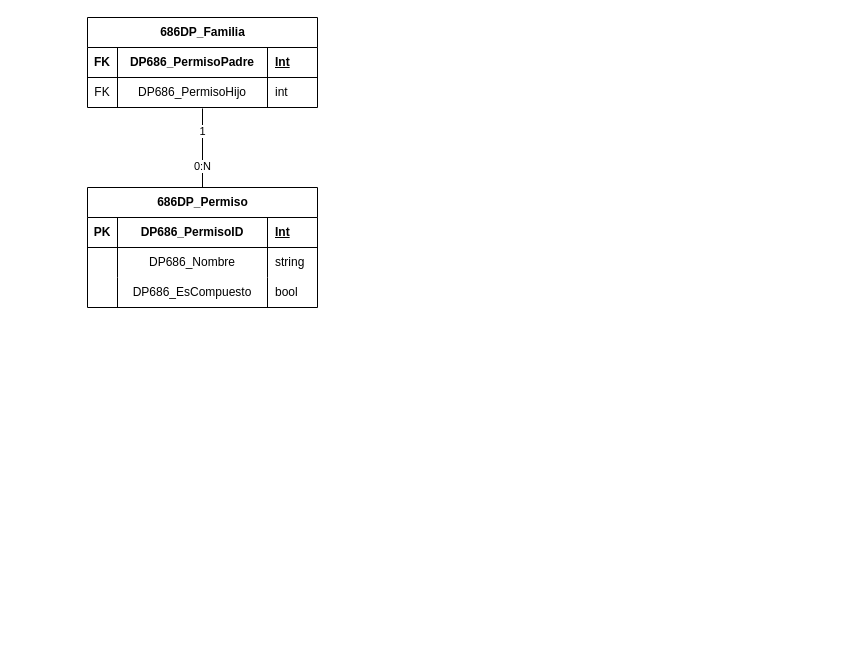
Danunu04/Proyects keeps this draw.io diagram as page "Gestionar Perfiles" (5 of 11) of Asegura YA/Ing. SW/Ing. SW/DER/DER.drawio. Above is the earlier version. Source tidied: cells renumbered, new cells numbered last; positions are measured from the earlier drawing's top-left corner, leaving out a move shared by most shapes. Both pictures are drawn from the tidied source at 100%, with x=0, y=0 at pixel (87, 17).
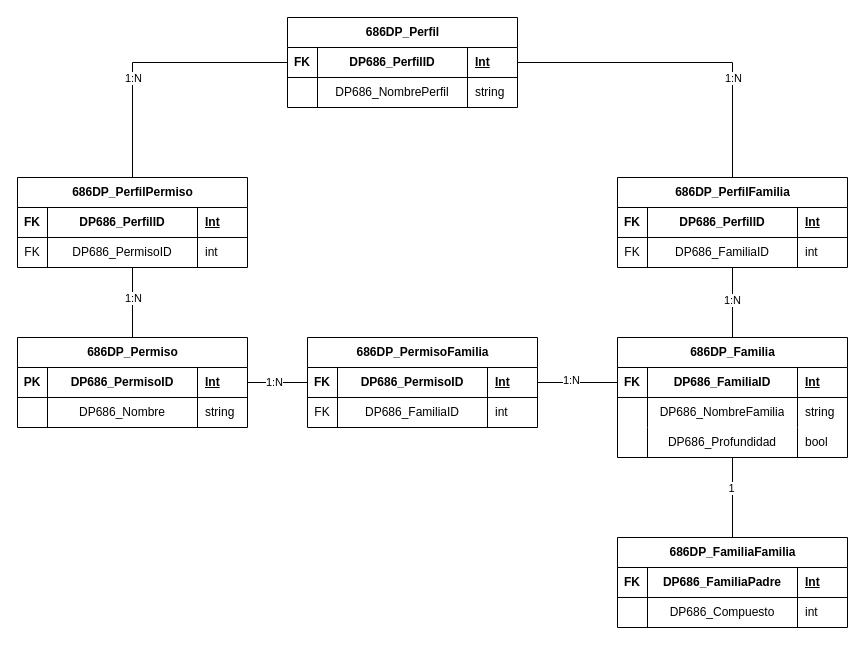
The same page after the edit.

Unchanged cells that the change refers to:
```xml
<mxCell id="3" style="shape=tableRow;horizontal=0;startSize=0;swimlaneHead=0;swimlaneBody=0;fillColor=none;points=[[0,0.5],[1,0.5]];portConstraint=eastwest;top=0;left=0;right=0;bottom=1;" parent="2" vertex="1">
  <mxGeometry y="30" width="230" height="30" as="geometry" />
</mxCell>
<mxCell id="7" style="shape=tableRow;horizontal=0;startSize=0;swimlaneHead=0;swimlaneBody=0;fillColor=none;points=[[0,0.5],[1,0.5]];portConstraint=eastwest;top=0;left=0;right=0;bottom=0;" parent="2" vertex="1">
  <mxGeometry y="60" width="230" height="30" as="geometry" />
</mxCell>
```

The edit, as a diff of the source:
```diff
@@
+    <mxCell id="27" style="edgeStyle=orthogonalEdgeStyle;rounded=0;jettySize=auto;html=1;entryX=0.5;entryY=0;entryDx=0;entryDy=0;endArrow=none;startFill=0;" parent="1" edge="1" source="2" target="65">
+      <mxGeometry relative="1" as="geometry" />
+    </mxCell>
+    <mxCell id="26" value="1" style="edgeLabel;html=1;align=center;verticalAlign=middle;" parent="27" vertex="1">
+      <mxGeometry x="-0.25" y="-2" relative="1" as="geometry" />
+    </mxCell>
     <mxCell id="2" value="686DP_Familia" style="shape=table;startSize=30;childLayout=tableLayout;rowLines=0;fontStyle=1;align=center;html=1;" parent="1" vertex="1">
-      <mxGeometry width="230" height="90" as="geometry" />
+      <mxGeometry x="530" y="320" width="230" height="120" as="geometry" />
     </mxCell>
@@
-    <mxCell id="5" value="DP686_PermisoPadre" style="shape=partialRectangle;fillColor=none;top=0;left=0;bottom=0;right=0;fontStyle=1;overflow=hidden;whiteSpace=wrap;html=1;" parent="3" vertex="1">
+    <mxCell id="5" value="DP686_FamiliaID" style="shape=partialRectangle;fillColor=none;top=0;left=0;bottom=0;right=0;fontStyle=1;overflow=hidden;whiteSpace=wrap;html=1;" parent="3" vertex="1">
       <mxGeometry x="30" width="150" height="30" as="geometry" />
     </mxCell>
@@
-    <mxCell id="8" value="FK" style="shape=partialRectangle;fillColor=none;top=0;left=0;bottom=0;right=0;overflow=hidden;whiteSpace=wrap;html=1;" parent="7" vertex="1">
+    <mxCell id="8" style="shape=partialRectangle;fillColor=none;top=0;left=0;bottom=0;right=0;overflow=hidden;whiteSpace=wrap;html=1;" parent="7" vertex="1">
       <mxGeometry width="30" height="30" as="geometry" />
     </mxCell>
-    <mxCell id="9" value="DP686_PermisoHijo" style="shape=partialRectangle;fillColor=none;top=0;left=0;bottom=0;right=0;overflow=hidden;whiteSpace=wrap;html=1;" parent="7" vertex="1">
+    <mxCell id="9" value="DP686_NombreFamilia" style="shape=partialRectangle;fillColor=none;top=0;left=0;bottom=0;right=0;overflow=hidden;whiteSpace=wrap;html=1;" parent="7" vertex="1">
       <mxGeometry x="30" width="150" height="30" as="geometry" />
     </mxCell>
-    <mxCell id="10" value="int" style="shape=partialRectangle;fillColor=none;top=0;left=0;bottom=0;right=0;align=left;spacingLeft=6;overflow=hidden;whiteSpace=wrap;html=1;" parent="7" vertex="1">
+    <mxCell id="10" value="string" style="shape=partialRectangle;fillColor=none;top=0;left=0;bottom=0;right=0;align=left;spacingLeft=6;overflow=hidden;whiteSpace=wrap;html=1;" parent="7" vertex="1">
       <mxGeometry x="180" width="50" height="30" as="geometry" />
     </mxCell>
+    <mxCell id="20" style="shape=tableRow;horizontal=0;startSize=0;swimlaneHead=0;swimlaneBody=0;fillColor=none;top=0;left=0;right=0;bottom=0;" parent="2" vertex="1">
+      <mxGeometry y="90" width="230" height="30" as="geometry" />
+    </mxCell>
+    <mxCell id="28" style="shape=partialRectangle;fillColor=none;top=0;left=0;bottom=0;right=0;overflow=hidden;whiteSpace=wrap;html=1;" parent="20" vertex="1">
+      <mxGeometry width="30" height="30" as="geometry" />
+    </mxCell>
+    <mxCell id="29" value="DP686_Profundidad" style="shape=partialRectangle;fillColor=none;top=0;left=0;bottom=0;right=0;overflow=hidden;whiteSpace=wrap;html=1;" parent="20" vertex="1">
+      <mxGeometry x="30" width="150" height="30" as="geometry" />
+    </mxCell>
+    <mxCell id="23" value="bool" style="shape=partialRectangle;fillColor=none;top=0;left=0;bottom=0;right=0;align=left;spacingLeft=6;overflow=hidden;whiteSpace=wrap;html=1;" parent="20" vertex="1">
+      <mxGeometry x="180" width="50" height="30" as="geometry" />
+    </mxCell>
+    <mxCell id="30" style="edgeStyle=orthogonalEdgeStyle;rounded=0;jettySize=auto;html=1;entryX=0;entryY=0.5;entryDx=0;entryDy=0;endArrow=none;startFill=0;" parent="1" edge="1" source="11" target="79">
+      <mxGeometry relative="1" as="geometry" />
+    </mxCell>
+    <mxCell id="31" value="1:N" style="edgeLabel;html=1;align=center;verticalAlign=middle;" parent="30" vertex="1">
+      <mxGeometry x="-0.13" y="1" relative="1" as="geometry" />
+    </mxCell>
     <mxCell id="11" value="686DP_Permiso" style="shape=table;startSize=30;childLayout=tableLayout;rowLines=0;fontStyle=1;align=center;html=1;" parent="1" vertex="1">
-      <mxGeometry y="170" width="230" height="120" as="geometry" />
+      <mxGeometry x="-70" y="320" width="230" height="90" as="geometry" />
     </mxCell>
@@
-    <mxCell id="20" style="shape=tableRow;horizontal=0;startSize=0;swimlaneHead=0;swimlaneBody=0;fillColor=none;top=0;left=0;right=0;bottom=0;" parent="11" vertex="1">
-      <mxGeometry y="90" width="230" height="30" as="geometry" />
-    </mxCell>
-    <mxCell id="21" style="shape=partialRectangle;fillColor=none;top=0;left=0;bottom=0;right=0;overflow=hidden;whiteSpace=wrap;html=1;" parent="20" vertex="1">
-      <mxGeometry width="30" height="30" as="geometry" />
-    </mxCell>
-    <mxCell id="22" value="DP686_EsCompuesto" style="shape=partialRectangle;fillColor=none;top=0;left=0;bottom=0;right=0;overflow=hidden;whiteSpace=wrap;html=1;" parent="20" vertex="1">
-      <mxGeometry x="30" width="150" height="30" as="geometry" />
-    </mxCell>
-    <mxCell id="23" value="bool" style="shape=partialRectangle;fillColor=none;top=0;left=0;bottom=0;right=0;align=left;spacingLeft=6;overflow=hidden;whiteSpace=wrap;html=1;" parent="20" vertex="1">
-      <mxGeometry x="180" width="50" height="30" as="geometry" />
-    </mxCell>
-    <mxCell id="24" style="edgeStyle=orthogonalEdgeStyle;rounded=0;jettySize=auto;html=1;entryX=0.5;entryY=1.033;entryDx=0;entryDy=0;entryPerimeter=0;endArrow=none;startFill=0;" parent="1" edge="1" source="11" target="7">
-      <mxGeometry relative="1" as="geometry" />
-    </mxCell>
-    <mxCell id="25" value="0:N" style="edgeLabel;html=1;align=center;verticalAlign=middle;" parent="24" vertex="1">
-      <mxGeometry x="-0.44" y="1" relative="1" as="geometry" />
-    </mxCell>
-    <mxCell id="26" value="1" style="edgeLabel;html=1;align=center;verticalAlign=middle;" parent="24" vertex="1">
-      <mxGeometry x="0.44" y="1" relative="1" as="geometry" />
-    </mxCell>
+    <mxCell id="32" style="edgeStyle=orthogonalEdgeStyle;rounded=0;jettySize=auto;html=1;entryX=0.5;entryY=0;entryDx=0;entryDy=0;endArrow=none;startFill=0;" parent="1" edge="1" source="35" target="56">
+      <mxGeometry relative="1" as="geometry">
+        <Array as="points">
+          <mxPoint x="45" y="45" />
+        </Array>
+      </mxGeometry>
+    </mxCell>
+    <mxCell id="33" value="1:N" style="edgeLabel;html=1;align=center;verticalAlign=middle;" parent="32" vertex="1">
+      <mxGeometry x="0.11" y="-1" relative="1" as="geometry">
+        <mxPoint x="-5" y="16" as="offset" />
+      </mxGeometry>
+    </mxCell>
+    <mxCell id="34" value="686DP_Perfil" style="shape=table;startSize=30;childLayout=tableLayout;rowLines=0;fontStyle=1;align=center;html=1;" parent="1" vertex="1">
+      <mxGeometry x="200" width="230" height="90" as="geometry" />
+    </mxCell>
+    <mxCell id="35" style="shape=tableRow;horizontal=0;startSize=0;swimlaneHead=0;swimlaneBody=0;fillColor=none;points=[[0,0.5],[1,0.5]];portConstraint=eastwest;top=0;left=0;right=0;bottom=1;" parent="34" vertex="1">
+      <mxGeometry y="30" width="230" height="30" as="geometry" />
+    </mxCell>
+    <mxCell id="36" value="FK" style="shape=partialRectangle;fillColor=none;top=0;left=0;bottom=0;right=0;fontStyle=1;overflow=hidden;whiteSpace=wrap;html=1;" parent="35" vertex="1">
+      <mxGeometry width="30" height="30" as="geometry" />
+    </mxCell>
+    <mxCell id="37" value="DP686_PerfilID" style="shape=partialRectangle;fillColor=none;top=0;left=0;bottom=0;right=0;fontStyle=1;overflow=hidden;whiteSpace=wrap;html=1;" parent="35" vertex="1">
+      <mxGeometry x="30" width="150" height="30" as="geometry" />
+    </mxCell>
+    <mxCell id="38" value="Int" style="shape=partialRectangle;fillColor=none;top=0;left=0;bottom=0;right=0;align=left;spacingLeft=6;fontStyle=5;overflow=hidden;whiteSpace=wrap;html=1;" parent="35" vertex="1">
+      <mxGeometry x="180" width="50" height="30" as="geometry" />
+    </mxCell>
+    <mxCell id="39" style="shape=tableRow;horizontal=0;startSize=0;swimlaneHead=0;swimlaneBody=0;fillColor=none;top=0;left=0;right=0;bottom=0;" parent="34" vertex="1">
+      <mxGeometry y="60" width="230" height="30" as="geometry" />
+    </mxCell>
+    <mxCell id="40" style="shape=partialRectangle;fillColor=none;top=0;left=0;bottom=0;right=0;overflow=hidden;whiteSpace=wrap;html=1;" parent="39" vertex="1">
+      <mxGeometry width="30" height="30" as="geometry" />
+    </mxCell>
+    <mxCell id="41" value="DP686_NombrePerfil" style="shape=partialRectangle;fillColor=none;top=0;left=0;bottom=0;right=0;overflow=hidden;whiteSpace=wrap;html=1;" parent="39" vertex="1">
+      <mxGeometry x="30" width="150" height="30" as="geometry" />
+    </mxCell>
+    <mxCell id="42" value="string" style="shape=partialRectangle;fillColor=none;top=0;left=0;bottom=0;right=0;align=left;spacingLeft=6;overflow=hidden;whiteSpace=wrap;html=1;" parent="39" vertex="1">
+      <mxGeometry x="180" width="50" height="30" as="geometry" />
+    </mxCell>
+    <mxCell id="43" style="edgeStyle=orthogonalEdgeStyle;rounded=0;jettySize=auto;html=1;endArrow=none;startFill=0;" parent="1" edge="1" source="45" target="2">
+      <mxGeometry relative="1" as="geometry" />
+    </mxCell>
+    <mxCell id="44" value="1:N" style="edgeLabel;html=1;align=center;verticalAlign=middle;" parent="43" vertex="1">
+      <mxGeometry x="-0.09" y="-1" relative="1" as="geometry" />
+    </mxCell>
+    <mxCell id="45" value="686DP_PerfilFamilia" style="shape=table;startSize=30;childLayout=tableLayout;rowLines=0;fontStyle=1;align=center;html=1;" parent="1" vertex="1">
+      <mxGeometry x="530" y="160" width="230" height="90" as="geometry" />
+    </mxCell>
+    <mxCell id="46" style="shape=tableRow;horizontal=0;startSize=0;swimlaneHead=0;swimlaneBody=0;fillColor=none;top=0;left=0;right=0;bottom=1;" parent="45" vertex="1">
+      <mxGeometry y="30" width="230" height="30" as="geometry" />
+    </mxCell>
+    <mxCell id="47" value="FK" style="shape=partialRectangle;fillColor=none;top=0;left=0;bottom=0;right=0;fontStyle=1;overflow=hidden;whiteSpace=wrap;html=1;" parent="46" vertex="1">
+      <mxGeometry width="30" height="30" as="geometry" />
+    </mxCell>
+    <mxCell id="48" value="DP686_PerfilID" style="shape=partialRectangle;fillColor=none;top=0;left=0;bottom=0;right=0;fontStyle=1;overflow=hidden;whiteSpace=wrap;html=1;" parent="46" vertex="1">
+      <mxGeometry x="30" width="150" height="30" as="geometry" />
+    </mxCell>
+    <mxCell id="49" value="Int" style="shape=partialRectangle;fillColor=none;top=0;left=0;bottom=0;right=0;align=left;spacingLeft=6;fontStyle=5;overflow=hidden;whiteSpace=wrap;html=1;" parent="46" vertex="1">
+      <mxGeometry x="180" width="50" height="30" as="geometry" />
+    </mxCell>
+    <mxCell id="50" style="shape=tableRow;horizontal=0;startSize=0;swimlaneHead=0;swimlaneBody=0;fillColor=none;top=0;left=0;right=0;bottom=0;" parent="45" vertex="1">
+      <mxGeometry y="60" width="230" height="30" as="geometry" />
+    </mxCell>
+    <mxCell id="51" value="FK" style="shape=partialRectangle;fillColor=none;top=0;left=0;bottom=0;right=0;overflow=hidden;whiteSpace=wrap;html=1;" parent="50" vertex="1">
+      <mxGeometry width="30" height="30" as="geometry" />
+    </mxCell>
+    <mxCell id="52" value="DP686_FamiliaID" style="shape=partialRectangle;fillColor=none;top=0;left=0;bottom=0;right=0;overflow=hidden;whiteSpace=wrap;html=1;" parent="50" vertex="1">
+      <mxGeometry x="30" width="150" height="30" as="geometry" />
+    </mxCell>
+    <mxCell id="53" value="int" style="shape=partialRectangle;fillColor=none;top=0;left=0;bottom=0;right=0;align=left;spacingLeft=6;overflow=hidden;whiteSpace=wrap;html=1;" parent="50" vertex="1">
+      <mxGeometry x="180" width="50" height="30" as="geometry" />
+    </mxCell>
+    <mxCell id="54" style="edgeStyle=orthogonalEdgeStyle;rounded=0;jettySize=auto;html=1;endArrow=none;startFill=0;" parent="1" edge="1" source="56" target="11">
+      <mxGeometry relative="1" as="geometry" />
+    </mxCell>
+    <mxCell id="55" value="1:N" style="edgeLabel;html=1;align=center;verticalAlign=middle;" parent="54" vertex="1">
+      <mxGeometry x="-0.66" y="1" relative="1" as="geometry">
+        <mxPoint x="-1" y="18" as="offset" />
+      </mxGeometry>
+    </mxCell>
+    <mxCell id="56" value="686DP_PerfilPermiso" style="shape=table;startSize=30;childLayout=tableLayout;rowLines=0;fontStyle=1;align=center;html=1;" parent="1" vertex="1">
+      <mxGeometry x="-70" y="160" width="230" height="90" as="geometry" />
+    </mxCell>
+    <mxCell id="57" style="shape=tableRow;horizontal=0;startSize=0;swimlaneHead=0;swimlaneBody=0;fillColor=none;top=0;left=0;right=0;bottom=1;" parent="56" vertex="1">
+      <mxGeometry y="30" width="230" height="30" as="geometry" />
+    </mxCell>
+    <mxCell id="58" value="FK" style="shape=partialRectangle;fillColor=none;top=0;left=0;bottom=0;right=0;fontStyle=1;overflow=hidden;whiteSpace=wrap;html=1;" parent="57" vertex="1">
+      <mxGeometry width="30" height="30" as="geometry" />
+    </mxCell>
+    <mxCell id="59" value="DP686_PerfilID" style="shape=partialRectangle;fillColor=none;top=0;left=0;bottom=0;right=0;fontStyle=1;overflow=hidden;whiteSpace=wrap;html=1;" parent="57" vertex="1">
+      <mxGeometry x="30" width="150" height="30" as="geometry" />
+    </mxCell>
+    <mxCell id="60" value="Int" style="shape=partialRectangle;fillColor=none;top=0;left=0;bottom=0;right=0;align=left;spacingLeft=6;fontStyle=5;overflow=hidden;whiteSpace=wrap;html=1;" parent="57" vertex="1">
+      <mxGeometry x="180" width="50" height="30" as="geometry" />
+    </mxCell>
+    <mxCell id="61" style="shape=tableRow;horizontal=0;startSize=0;swimlaneHead=0;swimlaneBody=0;fillColor=none;top=0;left=0;right=0;bottom=0;" parent="56" vertex="1">
+      <mxGeometry y="60" width="230" height="30" as="geometry" />
+    </mxCell>
+    <mxCell id="62" value="FK" style="shape=partialRectangle;fillColor=none;top=0;left=0;bottom=0;right=0;overflow=hidden;whiteSpace=wrap;html=1;" parent="61" vertex="1">
+      <mxGeometry width="30" height="30" as="geometry" />
+    </mxCell>
+    <mxCell id="63" value="DP686_PermisoID" style="shape=partialRectangle;fillColor=none;top=0;left=0;bottom=0;right=0;overflow=hidden;whiteSpace=wrap;html=1;" parent="61" vertex="1">
+      <mxGeometry x="30" width="150" height="30" as="geometry" />
+    </mxCell>
+    <mxCell id="64" value="int" style="shape=partialRectangle;fillColor=none;top=0;left=0;bottom=0;right=0;align=left;spacingLeft=6;overflow=hidden;whiteSpace=wrap;html=1;" parent="61" vertex="1">
+      <mxGeometry x="180" width="50" height="30" as="geometry" />
+    </mxCell>
+    <mxCell id="65" value="686DP_FamiliaFamilia" style="shape=table;startSize=30;childLayout=tableLayout;rowLines=0;fontStyle=1;align=center;html=1;" parent="1" vertex="1">
+      <mxGeometry x="530" y="520" width="230" height="90" as="geometry" />
+    </mxCell>
+    <mxCell id="66" style="shape=tableRow;horizontal=0;startSize=0;swimlaneHead=0;swimlaneBody=0;fillColor=none;top=0;left=0;right=0;bottom=1;" parent="65" vertex="1">
+      <mxGeometry y="30" width="230" height="30" as="geometry" />
+    </mxCell>
+    <mxCell id="67" value="FK" style="shape=partialRectangle;fillColor=none;top=0;left=0;bottom=0;right=0;fontStyle=1;overflow=hidden;whiteSpace=wrap;html=1;" parent="66" vertex="1">
+      <mxGeometry width="30" height="30" as="geometry" />
+    </mxCell>
+    <mxCell id="68" value="DP686_FamiliaPadre" style="shape=partialRectangle;fillColor=none;top=0;left=0;bottom=0;right=0;fontStyle=1;overflow=hidden;whiteSpace=wrap;html=1;" parent="66" vertex="1">
+      <mxGeometry x="30" width="150" height="30" as="geometry" />
+    </mxCell>
+    <mxCell id="69" value="Int" style="shape=partialRectangle;fillColor=none;top=0;left=0;bottom=0;right=0;align=left;spacingLeft=6;fontStyle=5;overflow=hidden;whiteSpace=wrap;html=1;" parent="66" vertex="1">
+      <mxGeometry x="180" width="50" height="30" as="geometry" />
+    </mxCell>
+    <mxCell id="70" style="shape=tableRow;horizontal=0;startSize=0;swimlaneHead=0;swimlaneBody=0;fillColor=none;top=0;left=0;right=0;bottom=0;" parent="65" vertex="1">
+      <mxGeometry y="60" width="230" height="30" as="geometry" />
+    </mxCell>
+    <mxCell id="71" style="shape=partialRectangle;fillColor=none;top=0;left=0;bottom=0;right=0;overflow=hidden;whiteSpace=wrap;html=1;" parent="70" vertex="1">
+      <mxGeometry width="30" height="30" as="geometry" />
+    </mxCell>
+    <mxCell id="72" value="DP686_Compuesto" style="shape=partialRectangle;fillColor=none;top=0;left=0;bottom=0;right=0;overflow=hidden;whiteSpace=wrap;html=1;" parent="70" vertex="1">
+      <mxGeometry x="30" width="150" height="30" as="geometry" />
+    </mxCell>
+    <mxCell id="73" value="int" style="shape=partialRectangle;fillColor=none;top=0;left=0;bottom=0;right=0;align=left;spacingLeft=6;overflow=hidden;whiteSpace=wrap;html=1;" parent="70" vertex="1">
+      <mxGeometry x="180" width="50" height="30" as="geometry" />
+    </mxCell>
+    <mxCell id="74" style="edgeStyle=orthogonalEdgeStyle;rounded=0;jettySize=auto;html=1;entryX=0.5;entryY=0;entryDx=0;entryDy=0;endArrow=none;startFill=0;" parent="1" edge="1" source="35" target="45">
+      <mxGeometry relative="1" as="geometry" />
+    </mxCell>
+    <mxCell id="75" value="1:N" style="edgeLabel;html=1;align=center;verticalAlign=middle;" parent="74" vertex="1">
+      <mxGeometry x="0.2" y="-4" relative="1" as="geometry">
+        <mxPoint x="17" y="11" as="offset" />
+      </mxGeometry>
+    </mxCell>
+    <mxCell id="76" style="edgeStyle=orthogonalEdgeStyle;rounded=0;jettySize=auto;html=1;endArrow=none;startFill=0;" parent="1" edge="1" source="78" target="3">
+      <mxGeometry relative="1" as="geometry" />
+    </mxCell>
+    <mxCell id="77" value="1:N" style="edgeLabel;html=1;align=center;verticalAlign=middle;" parent="76" vertex="1">
+      <mxGeometry x="-0.17" y="3" relative="1" as="geometry" />
+    </mxCell>
+    <mxCell id="78" value="686DP_PermisoFamilia" style="shape=table;startSize=30;childLayout=tableLayout;rowLines=0;fontStyle=1;align=center;html=1;" parent="1" vertex="1">
+      <mxGeometry x="220" y="320" width="230" height="90" as="geometry" />
+    </mxCell>
+    <mxCell id="79" style="shape=tableRow;horizontal=0;startSize=0;swimlaneHead=0;swimlaneBody=0;fillColor=none;points=[[0,0.5],[1,0.5]];portConstraint=eastwest;top=0;left=0;right=0;bottom=1;" parent="78" vertex="1">
+      <mxGeometry y="30" width="230" height="30" as="geometry" />
+    </mxCell>
+    <mxCell id="80" value="FK" style="shape=partialRectangle;fillColor=none;top=0;left=0;bottom=0;right=0;fontStyle=1;overflow=hidden;whiteSpace=wrap;html=1;" parent="79" vertex="1">
+      <mxGeometry width="30" height="30" as="geometry" />
+    </mxCell>
+    <mxCell id="81" value="DP686_PermisoID" style="shape=partialRectangle;fillColor=none;top=0;left=0;bottom=0;right=0;fontStyle=1;overflow=hidden;whiteSpace=wrap;html=1;" parent="79" vertex="1">
+      <mxGeometry x="30" width="150" height="30" as="geometry" />
+    </mxCell>
+    <mxCell id="82" value="Int" style="shape=partialRectangle;fillColor=none;top=0;left=0;bottom=0;right=0;align=left;spacingLeft=6;fontStyle=5;overflow=hidden;whiteSpace=wrap;html=1;" parent="79" vertex="1">
+      <mxGeometry x="180" width="50" height="30" as="geometry" />
+    </mxCell>
+    <mxCell id="83" style="shape=tableRow;horizontal=0;startSize=0;swimlaneHead=0;swimlaneBody=0;fillColor=none;top=0;left=0;right=0;bottom=0;" parent="78" vertex="1">
+      <mxGeometry y="60" width="230" height="30" as="geometry" />
+    </mxCell>
+    <mxCell id="84" value="FK" style="shape=partialRectangle;fillColor=none;top=0;left=0;bottom=0;right=0;overflow=hidden;whiteSpace=wrap;html=1;" parent="83" vertex="1">
+      <mxGeometry width="30" height="30" as="geometry" />
+    </mxCell>
+    <mxCell id="85" value="DP686_FamiliaID" style="shape=partialRectangle;fillColor=none;top=0;left=0;bottom=0;right=0;overflow=hidden;whiteSpace=wrap;html=1;" parent="83" vertex="1">
+      <mxGeometry x="30" width="150" height="30" as="geometry" />
+    </mxCell>
+    <mxCell id="86" value="int" style="shape=partialRectangle;fillColor=none;top=0;left=0;bottom=0;right=0;align=left;spacingLeft=6;overflow=hidden;whiteSpace=wrap;html=1;" parent="83" vertex="1">
+      <mxGeometry x="180" width="50" height="30" as="geometry" />
+    </mxCell>
```
